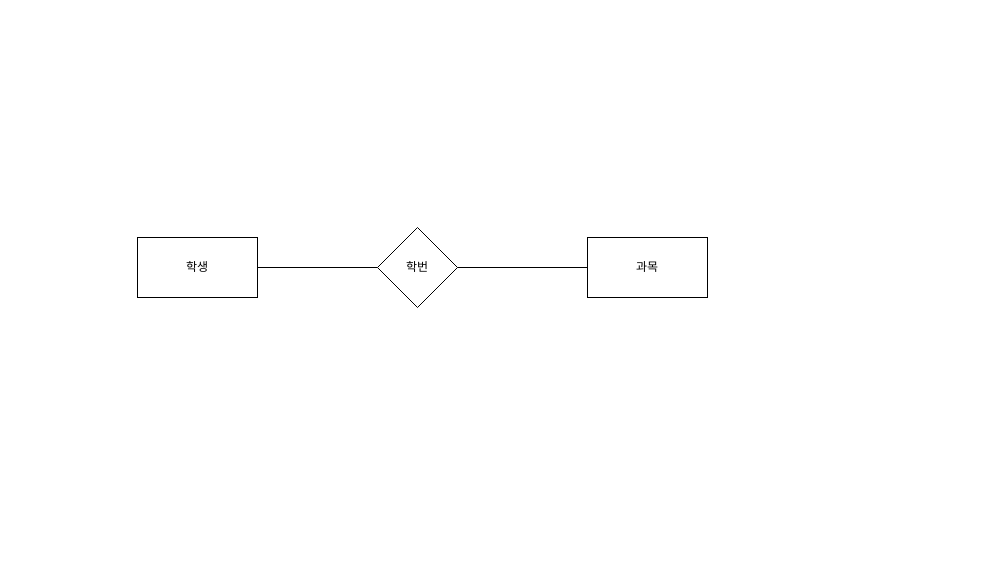
Above: 학사관리시스템.drawio in seame12/others (draw.io), before the change. Source tidied: cells renumbered, new cells numbered last; positions are measured from the earlier drawing's top-left corner, leaving out a move shared by most shapes. Both pictures are drawn from the tidied source at 100%, with x=0, y=0 at pixel (137, 227).
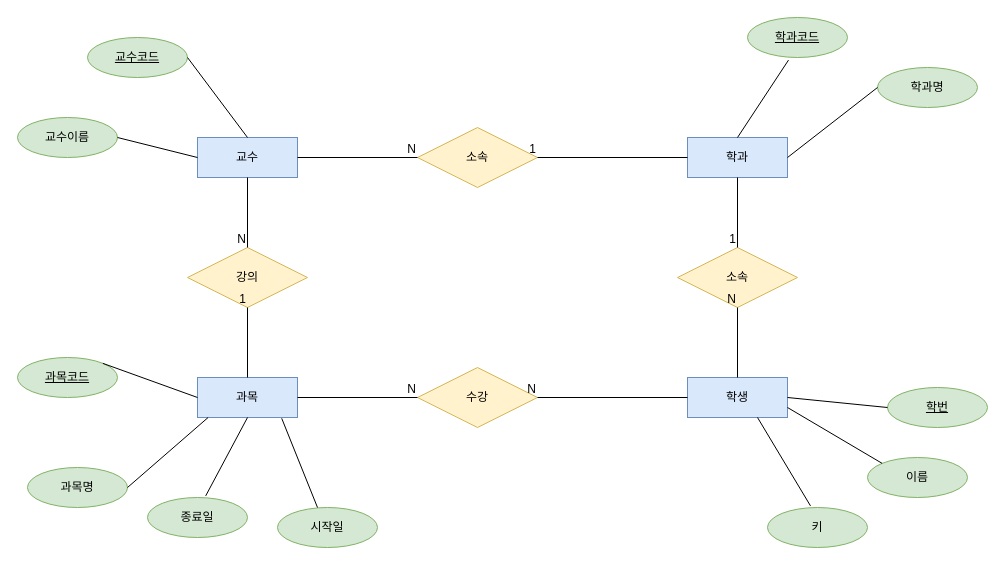
The same diagram, later.

Commit message:
학사관리시스템.drawio 업데이트

Change to the diagram source:
```diff
@@
+    <mxCell id="7" value="소속" style="shape=rhombus;perimeter=rhombusPerimeter;whiteSpace=wrap;html=1;align=center;fillColor=#fff2cc;strokeColor=#d6b656;" parent="1" vertex="1">
+      <mxGeometry x="280" y="-100" width="120" height="60" as="geometry" />
+    </mxCell>
-    <mxCell id="2" value="학생" style="rounded=0;whiteSpace=wrap;html=1;" parent="1" vertex="1">
-      <mxGeometry y="10" width="120" height="60" as="geometry" />
+    <mxCell id="2" value="학생" style="whiteSpace=wrap;html=1;align=center;fillColor=#dae8fc;strokeColor=#6c8ebf;" parent="1" vertex="1">
+      <mxGeometry x="550" y="150" width="100" height="40" as="geometry" />
     </mxCell>
+    <mxCell id="4" value="과목" style="whiteSpace=wrap;html=1;align=center;fillColor=#dae8fc;strokeColor=#6c8ebf;" parent="1" vertex="1">
+      <mxGeometry x="60" y="150" width="100" height="40" as="geometry" />
+    </mxCell>
+    <mxCell id="8" value="학과" style="whiteSpace=wrap;html=1;align=center;fillColor=#dae8fc;strokeColor=#6c8ebf;" parent="1" vertex="1">
+      <mxGeometry x="550" y="-90" width="100" height="40" as="geometry" />
+    </mxCell>
+    <mxCell id="9" value="교수" style="whiteSpace=wrap;html=1;align=center;fillColor=#dae8fc;strokeColor=#6c8ebf;" parent="1" vertex="1">
+      <mxGeometry x="60" y="-90" width="100" height="40" as="geometry" />
+    </mxCell>
+    <mxCell id="10" value="수강" style="shape=rhombus;perimeter=rhombusPerimeter;whiteSpace=wrap;html=1;align=center;fillColor=#fff2cc;strokeColor=#d6b656;" parent="1" vertex="1">
+      <mxGeometry x="280" y="140" width="120" height="60" as="geometry" />
+    </mxCell>
+    <mxCell id="11" value="강의" style="shape=rhombus;perimeter=rhombusPerimeter;whiteSpace=wrap;html=1;align=center;fillColor=#fff2cc;strokeColor=#d6b656;" parent="1" vertex="1">
+      <mxGeometry x="50" y="20" width="120" height="60" as="geometry" />
+    </mxCell>
+    <mxCell id="12" value="소속" style="shape=rhombus;perimeter=rhombusPerimeter;whiteSpace=wrap;html=1;align=center;fillColor=#fff2cc;strokeColor=#d6b656;" parent="1" vertex="1">
+      <mxGeometry x="540" y="20" width="120" height="60" as="geometry" />
+    </mxCell>
+    <mxCell id="13" style="endArrow=none;html=1;rounded=0;entryX=0.5;entryY=0;entryDx=0;entryDy=0;exitX=0.5;exitY=1;exitDx=0;exitDy=0;" parent="1" edge="1" source="8" target="12">
+      <mxGeometry relative="1" as="geometry" />
+    </mxCell>
+    <mxCell id="14" value="1" style="html=1;whiteSpace=wrap;align=right;verticalAlign=bottom;" parent="13" vertex="1">
+      <mxGeometry x="1" relative="1" as="geometry" />
+    </mxCell>
+    <mxCell id="15" style="endArrow=none;html=1;rounded=0;entryX=0.5;entryY=1;entryDx=0;entryDy=0;exitX=0.5;exitY=0;exitDx=0;exitDy=0;" parent="1" edge="1" source="2" target="12">
+      <mxGeometry relative="1" as="geometry" />
+    </mxCell>
+    <mxCell id="16" value="N" style="html=1;whiteSpace=wrap;align=right;verticalAlign=bottom;" parent="15" vertex="1">
+      <mxGeometry x="1" relative="1" as="geometry" />
+    </mxCell>
-    <mxCell id="3" value="학번" style="rhombus;whiteSpace=wrap;html=1;" parent="1" vertex="1">
-      <mxGeometry x="240" width="80" height="80" as="geometry" />
+    <mxCell id="3" value="학번" style="ellipse;whiteSpace=wrap;html=1;align=center;fontStyle=4;fillColor=#d5e8d4;strokeColor=#82b366;" parent="1" vertex="1">
+      <mxGeometry x="750" y="160" width="100" height="40" as="geometry" />
     </mxCell>
-    <mxCell id="4" value="과목" style="rounded=0;whiteSpace=wrap;html=1;" parent="1" vertex="1">
-      <mxGeometry x="450" y="10" width="120" height="60" as="geometry" />
-    </mxCell>
-    <mxCell id="5" style="endArrow=none;html=1;rounded=0;entryX=0;entryY=0.5;entryDx=0;entryDy=0;exitX=1;exitY=0.5;exitDx=0;exitDy=0;" parent="1" edge="1" source="2" target="3">
-      <mxGeometry relative="1" as="geometry" />
-    </mxCell>
-    <mxCell id="6" style="endArrow=none;html=1;rounded=0;exitX=1;exitY=0.5;exitDx=0;exitDy=0;entryX=0;entryY=0.5;entryDx=0;entryDy=0;" parent="1" edge="1" source="3" target="4">
-      <mxGeometry relative="1" as="geometry" />
-    </mxCell>
+    <mxCell id="17" value="과목코드" style="ellipse;whiteSpace=wrap;html=1;align=center;fontStyle=4;fillColor=#d5e8d4;strokeColor=#82b366;" parent="1" vertex="1">
+      <mxGeometry x="-120" y="130" width="100" height="40" as="geometry" />
+    </mxCell>
+    <mxCell id="18" value="학과코드" style="ellipse;whiteSpace=wrap;html=1;align=center;fontStyle=4;fillColor=#d5e8d4;strokeColor=#82b366;" parent="1" vertex="1">
+      <mxGeometry x="610" y="-210" width="100" height="40" as="geometry" />
+    </mxCell>
+    <mxCell id="19" value="교수코드" style="ellipse;whiteSpace=wrap;html=1;align=center;fontStyle=4;fillColor=#d5e8d4;strokeColor=#82b366;" parent="1" vertex="1">
+      <mxGeometry x="-50" y="-190" width="100" height="40" as="geometry" />
+    </mxCell>
+    <mxCell id="20" value="과목명" style="ellipse;whiteSpace=wrap;html=1;align=center;fillColor=#d5e8d4;strokeColor=#82b366;" parent="1" vertex="1">
+      <mxGeometry x="-110" y="240" width="100" height="40" as="geometry" />
+    </mxCell>
+    <mxCell id="21" value="시작일" style="ellipse;whiteSpace=wrap;html=1;align=center;fillColor=#d5e8d4;strokeColor=#82b366;" parent="1" vertex="1">
+      <mxGeometry x="140" y="280" width="100" height="40" as="geometry" />
+    </mxCell>
+    <mxCell id="22" value="종료일" style="ellipse;whiteSpace=wrap;html=1;align=center;fillColor=#d5e8d4;strokeColor=#82b366;" parent="1" vertex="1">
+      <mxGeometry x="10" y="270" width="100" height="40" as="geometry" />
+    </mxCell>
+    <mxCell id="23" value="이름" style="ellipse;whiteSpace=wrap;html=1;align=center;fillColor=#d5e8d4;strokeColor=#82b366;" parent="1" vertex="1">
+      <mxGeometry x="730" y="230" width="100" height="40" as="geometry" />
+    </mxCell>
+    <mxCell id="24" value="키" style="ellipse;whiteSpace=wrap;html=1;align=center;fillColor=#d5e8d4;strokeColor=#82b366;" parent="1" vertex="1">
+      <mxGeometry x="630" y="280" width="100" height="40" as="geometry" />
+    </mxCell>
+    <mxCell id="25" value="학과명" style="ellipse;whiteSpace=wrap;html=1;align=center;fillColor=#d5e8d4;strokeColor=#82b366;" parent="1" vertex="1">
+      <mxGeometry x="740" y="-160" width="100" height="40" as="geometry" />
+    </mxCell>
+    <mxCell id="26" value="교수이름" style="ellipse;whiteSpace=wrap;html=1;align=center;fillColor=#d5e8d4;strokeColor=#82b366;" parent="1" vertex="1">
+      <mxGeometry x="-120" y="-110" width="100" height="40" as="geometry" />
+    </mxCell>
+    <mxCell id="27" style="endArrow=none;html=1;rounded=0;entryX=1;entryY=0.5;entryDx=0;entryDy=0;exitX=0;exitY=0.5;exitDx=0;exitDy=0;" parent="1" edge="1" source="8" target="7">
+      <mxGeometry relative="1" as="geometry" />
+    </mxCell>
+    <mxCell id="28" value="1" style="html=1;whiteSpace=wrap;align=right;verticalAlign=bottom;" parent="27" vertex="1">
+      <mxGeometry x="1" relative="1" as="geometry" />
+    </mxCell>
+    <mxCell id="29" style="endArrow=none;html=1;rounded=0;entryX=0.5;entryY=1;entryDx=0;entryDy=0;exitX=0.5;exitY=0;exitDx=0;exitDy=0;" parent="1" edge="1" source="4" target="11">
+      <mxGeometry relative="1" as="geometry" />
+    </mxCell>
+    <mxCell id="30" value="1" style="html=1;whiteSpace=wrap;align=right;verticalAlign=bottom;" parent="29" vertex="1">
+      <mxGeometry x="1" relative="1" as="geometry" />
+    </mxCell>
+    <mxCell id="31" style="endArrow=none;html=1;rounded=0;entryX=0;entryY=0.5;entryDx=0;entryDy=0;exitX=1;exitY=0.5;exitDx=0;exitDy=0;" parent="1" edge="1" source="4" target="10">
+      <mxGeometry relative="1" as="geometry" />
+    </mxCell>
+    <mxCell id="32" value="N" style="html=1;whiteSpace=wrap;align=right;verticalAlign=bottom;" parent="31" vertex="1">
+      <mxGeometry x="1" relative="1" as="geometry" />
+    </mxCell>
+    <mxCell id="33" style="endArrow=none;html=1;rounded=0;entryX=1;entryY=0.5;entryDx=0;entryDy=0;exitX=0;exitY=0.5;exitDx=0;exitDy=0;" parent="1" edge="1" source="2" target="10">
+      <mxGeometry relative="1" as="geometry" />
+    </mxCell>
+    <mxCell id="34" value="N" style="html=1;whiteSpace=wrap;align=right;verticalAlign=bottom;" parent="33" vertex="1">
+      <mxGeometry x="1" relative="1" as="geometry" />
+    </mxCell>
+    <mxCell id="35" style="endArrow=none;html=1;rounded=0;entryX=0;entryY=0.5;entryDx=0;entryDy=0;exitX=1;exitY=0.5;exitDx=0;exitDy=0;" parent="1" edge="1" source="9" target="7">
+      <mxGeometry relative="1" as="geometry" />
+    </mxCell>
+    <mxCell id="36" value="N" style="html=1;whiteSpace=wrap;align=right;verticalAlign=bottom;" parent="35" vertex="1">
+      <mxGeometry x="1" relative="1" as="geometry" />
+    </mxCell>
+    <mxCell id="37" style="endArrow=none;html=1;rounded=0;entryX=0.5;entryY=0;entryDx=0;entryDy=0;exitX=0.5;exitY=1;exitDx=0;exitDy=0;" parent="1" edge="1" source="9" target="11">
+      <mxGeometry relative="1" as="geometry" />
+    </mxCell>
+    <mxCell id="38" value="N" style="html=1;whiteSpace=wrap;align=right;verticalAlign=bottom;" parent="37" vertex="1">
+      <mxGeometry x="1" relative="1" as="geometry" />
+    </mxCell>
+    <mxCell id="39" style="endArrow=none;html=1;rounded=0;exitX=0.106;exitY=1;exitDx=0;exitDy=0;entryX=1;entryY=0.5;entryDx=0;entryDy=0;exitPerimeter=0;" parent="1" edge="1" source="4" target="20">
+      <mxGeometry relative="1" as="geometry" />
+    </mxCell>
+    <mxCell id="40" style="endArrow=none;html=1;rounded=0;entryX=1;entryY=0;entryDx=0;entryDy=0;exitX=0;exitY=0.5;exitDx=0;exitDy=0;" parent="1" edge="1" source="4" target="17">
+      <mxGeometry relative="1" as="geometry" />
+    </mxCell>
+    <mxCell id="41" style="endArrow=none;html=1;rounded=0;exitX=0.5;exitY=1;exitDx=0;exitDy=0;entryX=0.582;entryY=-0.04;entryDx=0;entryDy=0;entryPerimeter=0;" parent="1" edge="1" source="4" target="22">
+      <mxGeometry relative="1" as="geometry" />
+    </mxCell>
+    <mxCell id="42" style="endArrow=none;html=1;rounded=0;entryX=0.842;entryY=1.02;entryDx=0;entryDy=0;entryPerimeter=0;exitX=0.4;exitY=0;exitDx=0;exitDy=0;exitPerimeter=0;" parent="1" edge="1" source="21" target="4">
+      <mxGeometry relative="1" as="geometry" />
+    </mxCell>
+    <mxCell id="43" style="endArrow=none;html=1;rounded=0;entryX=1;entryY=0.5;entryDx=0;entryDy=0;exitX=0;exitY=0.5;exitDx=0;exitDy=0;" parent="1" edge="1" source="3" target="2">
+      <mxGeometry relative="1" as="geometry" />
+    </mxCell>
+    <mxCell id="44" style="endArrow=none;html=1;rounded=0;entryX=1;entryY=0.75;entryDx=0;entryDy=0;exitX=0;exitY=0;exitDx=0;exitDy=0;" parent="1" edge="1" source="23" target="2">
+      <mxGeometry relative="1" as="geometry" />
+    </mxCell>
+    <mxCell id="45" style="endArrow=none;html=1;rounded=0;exitX=0.43;exitY=-0.04;exitDx=0;exitDy=0;exitPerimeter=0;" parent="1" edge="1" source="24">
+      <mxGeometry relative="1" as="geometry">
+        <mxPoint x="620" y="190" as="targetPoint" />
+      </mxGeometry>
+    </mxCell>
+    <mxCell id="46" style="endArrow=none;html=1;rounded=0;exitX=1;exitY=0.5;exitDx=0;exitDy=0;entryX=0;entryY=0.5;entryDx=0;entryDy=0;" parent="1" edge="1" source="8" target="25">
+      <mxGeometry relative="1" as="geometry" />
+    </mxCell>
+    <mxCell id="47" style="endArrow=none;html=1;rounded=0;entryX=0.5;entryY=0;entryDx=0;entryDy=0;exitX=0.41;exitY=1.065;exitDx=0;exitDy=0;exitPerimeter=0;" parent="1" edge="1" source="18" target="8">
+      <mxGeometry relative="1" as="geometry" />
+    </mxCell>
+    <mxCell id="48" style="endArrow=none;html=1;rounded=0;exitX=1;exitY=0.5;exitDx=0;exitDy=0;entryX=0;entryY=0.5;entryDx=0;entryDy=0;" parent="1" edge="1" source="26" target="9">
+      <mxGeometry relative="1" as="geometry" />
+    </mxCell>
+    <mxCell id="49" style="endArrow=none;html=1;rounded=0;exitX=1;exitY=0.5;exitDx=0;exitDy=0;entryX=0.5;entryY=0;entryDx=0;entryDy=0;" parent="1" edge="1" source="19" target="9">
+      <mxGeometry relative="1" as="geometry" />
+    </mxCell>
```
